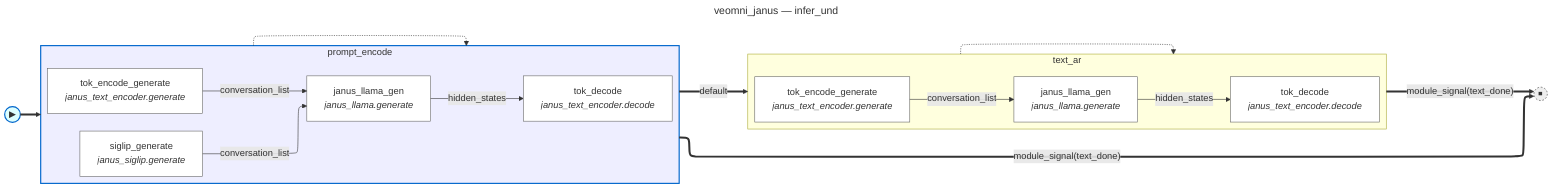
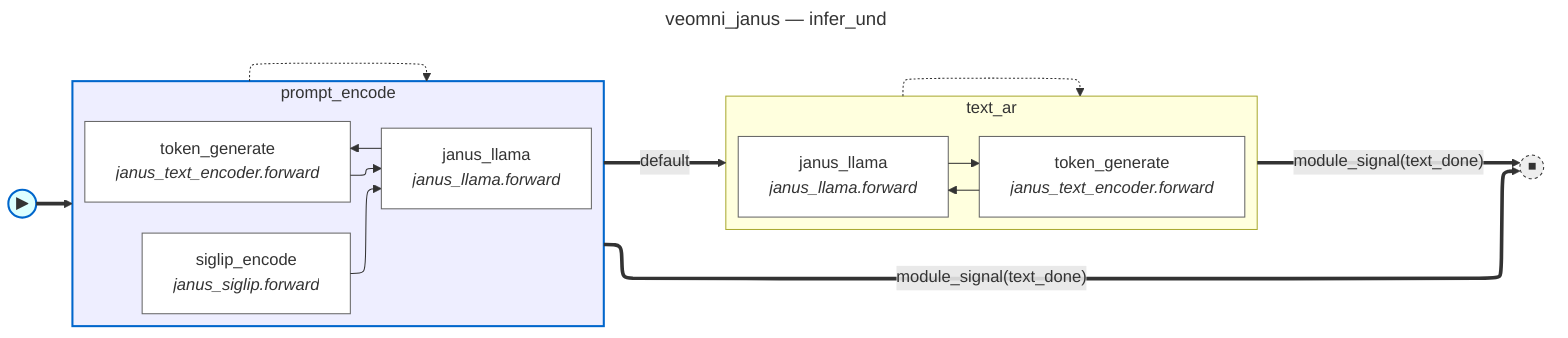
---
title: veomni_janus — infer_und
---
%%{init: {'flowchart': {'defaultRenderer': 'elk'}}}%%
flowchart LR
    fsm_start(("▶")):::fsm_start
    fsm_done(("⏹")):::fsm_terminal
    subgraph state_prompt_encode [prompt_encode]
        direction LR
-         prompt_encode__siglip_generate["siglip_generate<br/><i>janus_siglip.generate</i>"]:::body_node
-         prompt_encode__janus_llama_gen["janus_llama_gen<br/><i>janus_llama.generate</i>"]:::body_node
-         prompt_encode__tok_encode_generate["tok_encode_generate<br/><i>janus_text_encoder.generate</i>"]:::body_node
-         prompt_encode__tok_decode["tok_decode<br/><i>janus_text_encoder.decode</i>"]:::body_node
-         prompt_encode__siglip_generate -->|"conversation_list"| prompt_encode__janus_llama_gen
-         prompt_encode__tok_encode_generate -->|"conversation_list"| prompt_encode__janus_llama_gen
-         prompt_encode__janus_llama_gen -->|"hidden_states"| prompt_encode__tok_decode
+         prompt_encode__siglip_encode["siglip_encode<br/><i>janus_siglip.forward</i>"]:::body_node
+         prompt_encode__janus_llama["janus_llama<br/><i>janus_llama.forward</i>"]:::body_node
+         prompt_encode__token_generate["token_generate<br/><i>janus_text_encoder.forward</i>"]:::body_node
+         prompt_encode__siglip_encode --> prompt_encode__janus_llama
+         prompt_encode__token_generate --> prompt_encode__janus_llama
+         prompt_encode__janus_llama --> prompt_encode__token_generate
    end
    subgraph state_text_ar [text_ar]
        direction LR
-         text_ar__tok_encode_generate["tok_encode_generate<br/><i>janus_text_encoder.generate</i>"]:::body_node
-         text_ar__janus_llama_gen["janus_llama_gen<br/><i>janus_llama.generate</i>"]:::body_node
-         text_ar__tok_decode["tok_decode<br/><i>janus_text_encoder.decode</i>"]:::body_node
-         text_ar__tok_encode_generate -->|"conversation_list"| text_ar__janus_llama_gen
-         text_ar__janus_llama_gen -->|"hidden_states"| text_ar__tok_decode
+         text_ar__token_generate["token_generate<br/><i>janus_text_encoder.forward</i>"]:::body_node
+         text_ar__janus_llama["janus_llama<br/><i>janus_llama.forward</i>"]:::body_node
+         text_ar__token_generate --> text_ar__janus_llama
+         text_ar__janus_llama --> text_ar__token_generate
    end
    state_prompt_encode -.-> state_prompt_encode
    state_text_ar -.-> state_text_ar
    fsm_start ==> state_prompt_encode
    state_prompt_encode ==>|"module_signal(text_done)"| fsm_done
    state_prompt_encode ==>|"default"| state_text_ar
    state_text_ar ==>|"module_signal(text_done)"| fsm_done
    classDef body_node fill:#fff,stroke:#666
    classDef fsm_start fill:#dff,stroke:#06c,stroke-width:2px
    classDef fsm_terminal fill:#eee,stroke:#333,stroke-width:1px,stroke-dasharray:3 3
    style state_prompt_encode fill:#eef,stroke:#06c,stroke-width:2px
